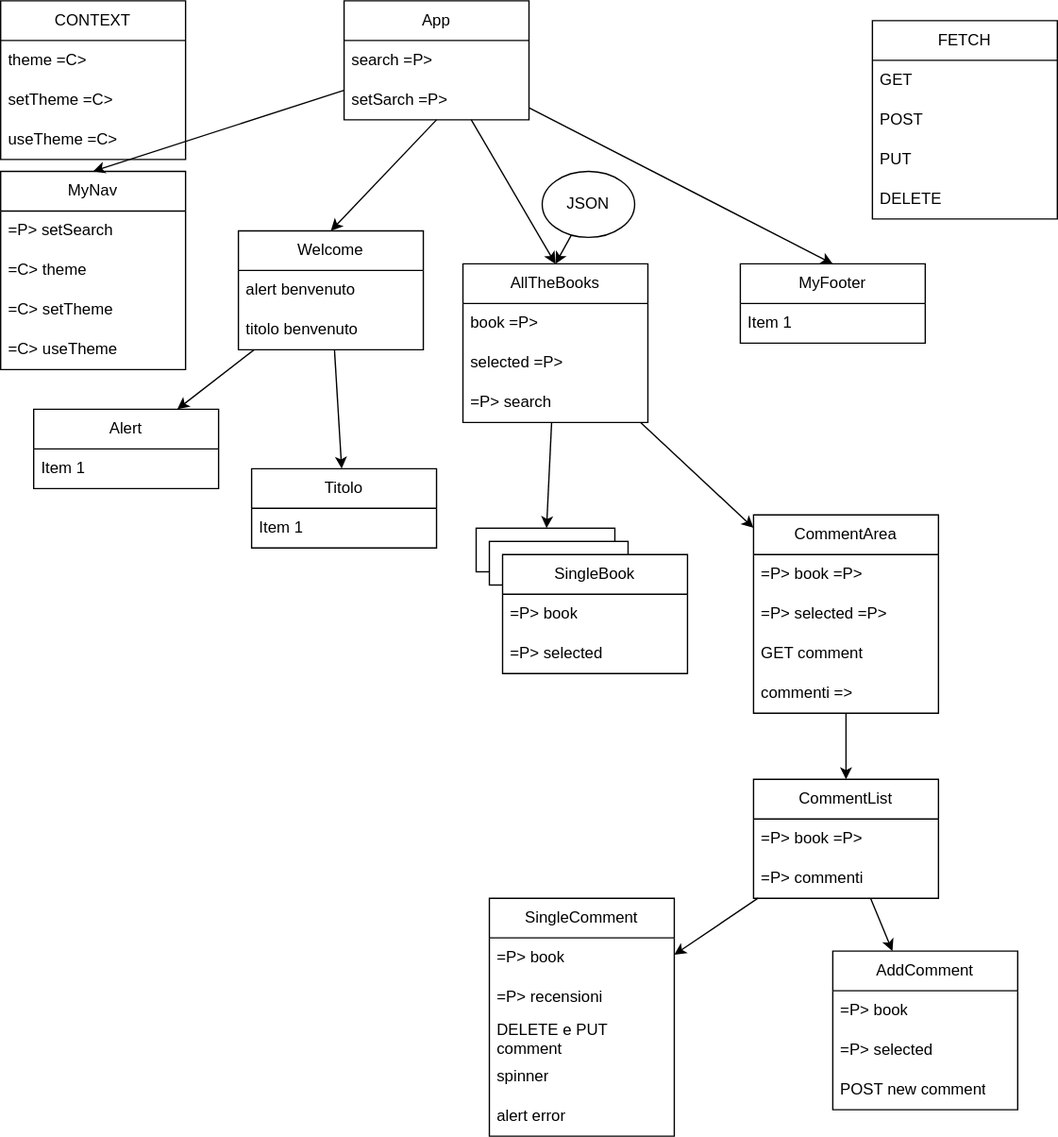
Above: src/data/components.drawio.svg in mirko-mc/EpiBooks (draw.io), before the change. Source tidied: cells renumbered, new cells last; positions are measured from the earlier drawing's top-left corner, leaving out a move shared by most shapes.
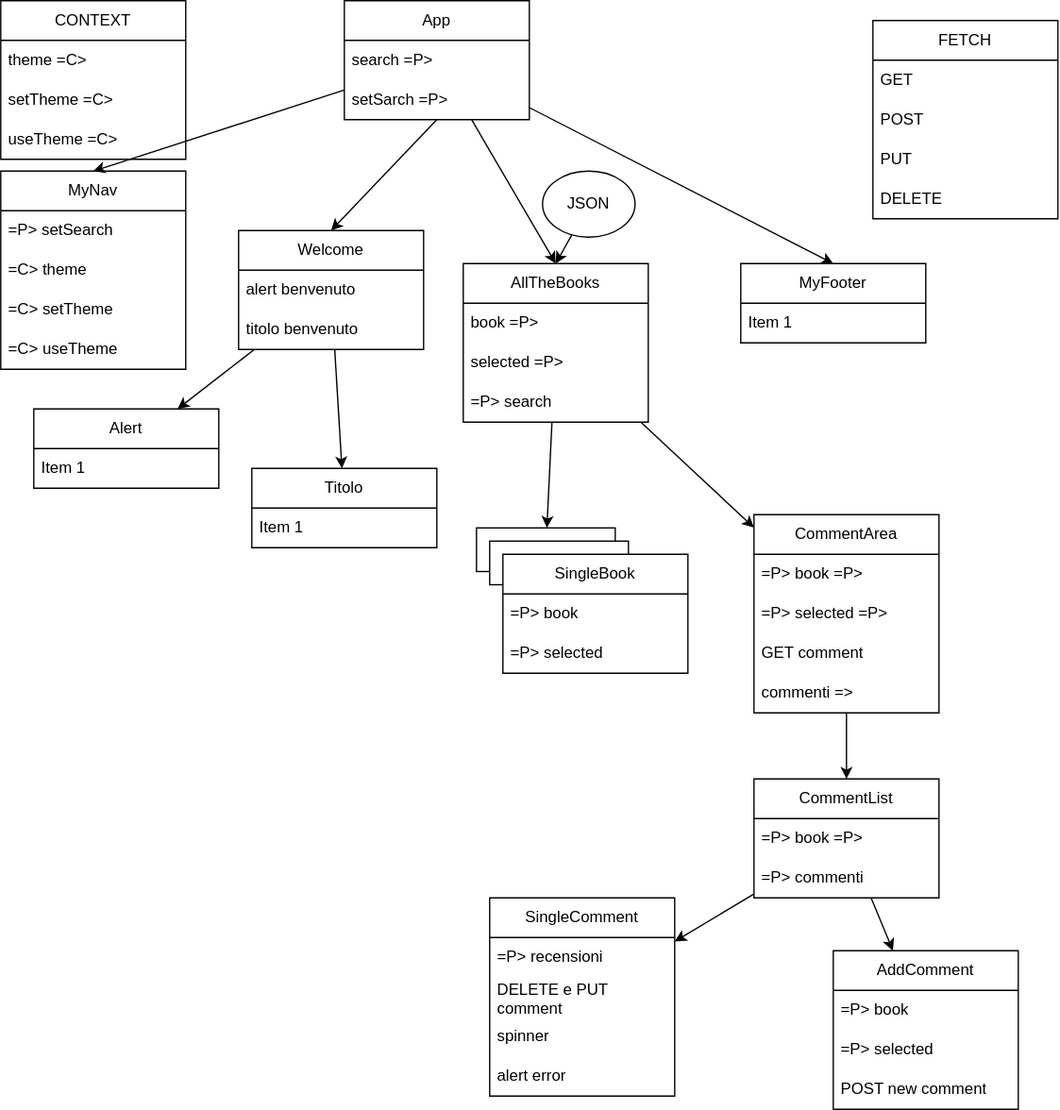
The same file after the commit.

Diff of the diagram source:
```diff
@@ -159,22 +159,19 @@
       <mxGeometry y="90" width="140" height="30" as="geometry" />
     </mxCell>
     <mxCell id="54" value="SingleComment" style="swimlane;fontStyle=0;horizontal=1;startSize=30;whiteSpace=wrap;html=1;" parent="1" vertex="1">
-      <mxGeometry x="370" y="679" width="140" height="180" as="geometry" />
+      <mxGeometry x="370" y="679" width="140" height="150" as="geometry" />
     </mxCell>
-    <mxCell id="55" value="=P&amp;gt; book" style="text;strokeColor=none;fillColor=none;align=left;verticalAlign=middle;spacingLeft=4;spacingRight=4;overflow=hidden;whiteSpace=wrap;html=1;" parent="54" vertex="1">
-      <mxGeometry y="30" width="140" height="30" as="geometry" />
-    </mxCell>
     <mxCell id="56" value="=P&amp;gt; recensioni" style="text;strokeColor=none;fillColor=none;align=left;verticalAlign=middle;spacingLeft=4;spacingRight=4;overflow=hidden;whiteSpace=wrap;html=1;" parent="54" vertex="1">
-      <mxGeometry y="60" width="140" height="30" as="geometry" />
+      <mxGeometry y="30" width="140" height="30" as="geometry" />
     </mxCell>
     <mxCell id="57" value="DELETE e PUT comment" style="text;strokeColor=none;fillColor=none;align=left;verticalAlign=middle;spacingLeft=4;spacingRight=4;overflow=hidden;whiteSpace=wrap;html=1;" parent="54" vertex="1">
-      <mxGeometry y="90" width="140" height="30" as="geometry" />
+      <mxGeometry y="60" width="140" height="30" as="geometry" />
     </mxCell>
     <mxCell id="58" value="spinner" style="text;strokeColor=none;fillColor=none;align=left;verticalAlign=middle;spacingLeft=4;spacingRight=4;overflow=hidden;whiteSpace=wrap;html=1;" parent="54" vertex="1">
-      <mxGeometry y="120" width="140" height="30" as="geometry" />
+      <mxGeometry y="90" width="140" height="30" as="geometry" />
     </mxCell>
     <mxCell id="59" value="alert error" style="text;strokeColor=none;fillColor=none;align=left;verticalAlign=middle;spacingLeft=4;spacingRight=4;overflow=hidden;whiteSpace=wrap;html=1;" parent="54" vertex="1">
-      <mxGeometry y="150" width="140" height="30" as="geometry" />
+      <mxGeometry y="120" width="140" height="30" as="geometry" />
     </mxCell>
     <mxCell id="60" value="CONTEXT" style="swimlane;fontStyle=0;horizontal=1;startSize=30;whiteSpace=wrap;html=1;" parent="1" vertex="1">
       <mxGeometry width="140" height="120" as="geometry" />
```
